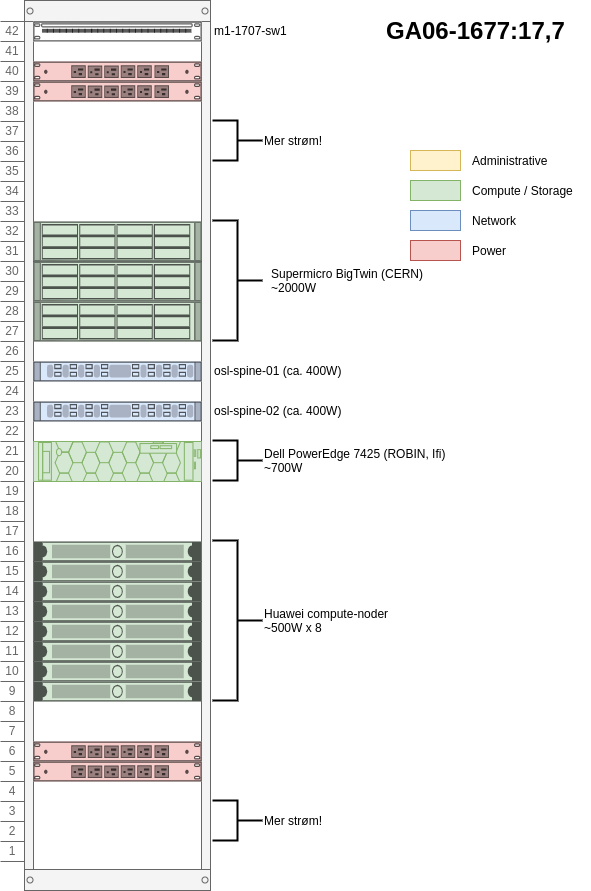
norcams/iaas keeps this draw.io diagram as docs/team/development/images/osl-rack-4.png. Above is the earlier version. Source tidied: cells renumbered, new cells last; positions are measured from the earlier drawing's top-left corner, leaving out a move shared by most shapes.
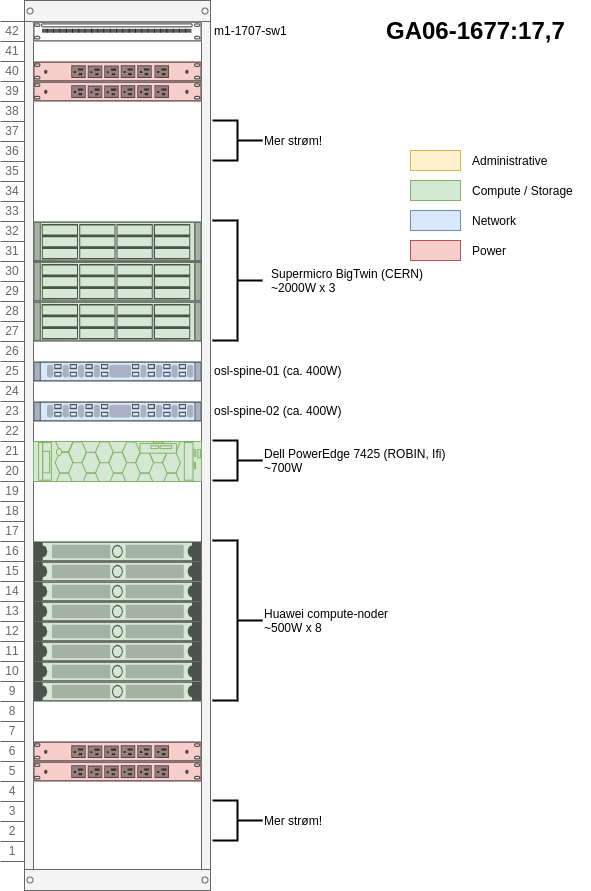
Later version of the same file.

What changed in the source:
```diff
@@ -92,7 +92,7 @@
     <mxCell id="31" style="strokeWidth=2;html=1;shape=mxgraph.flowchart.annotation_2;align=left;labelPosition=right;direction=west;" parent="1" vertex="1">
       <mxGeometry x="212" y="220" width="50" height="120" as="geometry" />
     </mxCell>
-    <mxCell id="32" value="Supermicro BigTwin (CERN)&lt;br&gt;&lt;div style=&quot;text-align: left&quot;&gt;&lt;span&gt;~2000W&lt;/span&gt;&lt;/div&gt;" style="text;html=1;align=center;verticalAlign=middle;" parent="1" vertex="1">
+    <mxCell id="32" value="Supermicro BigTwin (CERN)&lt;br&gt;&lt;div style=&quot;text-align: left&quot;&gt;&lt;span&gt;~2000W x 3&lt;/span&gt;&lt;/div&gt;" style="text;html=1;align=center;verticalAlign=middle;" parent="1" vertex="1">
       <mxGeometry x="262" y="265" width="170" height="30" as="geometry" />
     </mxCell>
     <mxCell id="33" value="m1-1707-sw1" style="text;html=1;strokeColor=none;fillColor=none;align=left;verticalAlign=middle;whiteSpace=wrap;rounded=0;labelBackgroundColor=#ffffff;" parent="1" vertex="1">
```
